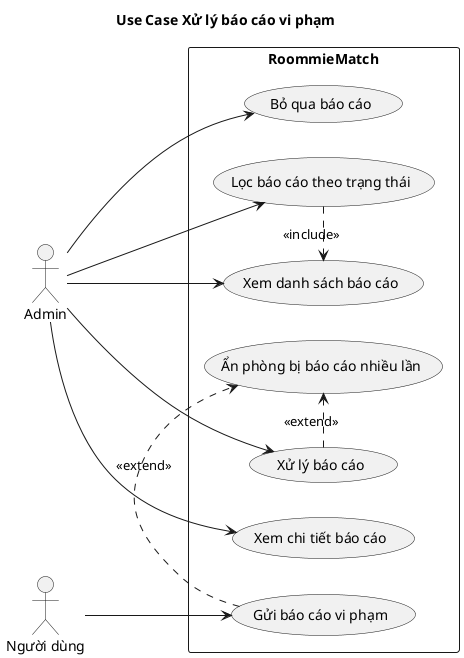
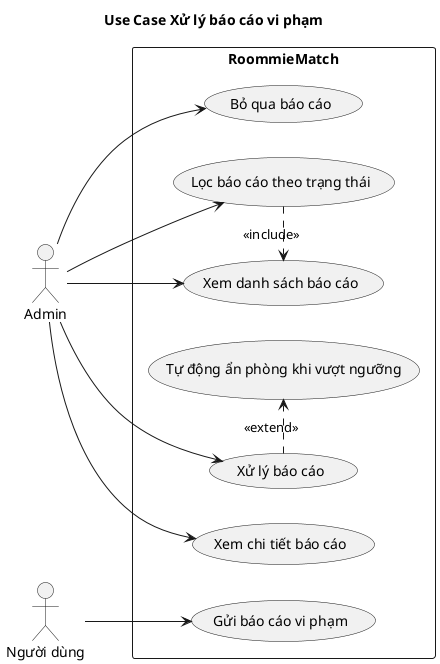
@startuml
title Use Case Xử lý báo cáo vi phạm

left to right direction
skinparam shadowing false
actor "Admin" as Admin
actor "Người dùng" as User

rectangle "RoommieMatch" {
  usecase "Gửi báo cáo vi phạm" as CreateReport
  usecase "Xem danh sách báo cáo" as ViewReports
  usecase "Lọc báo cáo theo trạng thái" as FilterReports
  usecase "Xem chi tiết báo cáo" as ViewReportDetail
  usecase "Xử lý báo cáo" as ResolveReport
  usecase "Bỏ qua báo cáo" as DismissReport
-   usecase "Ẩn phòng bị báo cáo nhiều lần" as AutoHideRoom
+   usecase "Tự động ẩn phòng khi vượt ngưỡng" as AutoHideRoom
}

User --> CreateReport
Admin --> ViewReports
Admin --> FilterReports
Admin --> ViewReportDetail
Admin --> ResolveReport
Admin --> DismissReport

- CreateReport .> AutoHideRoom : <<extend>>
FilterReports .> ViewReports : <<include>>
ResolveReport .> AutoHideRoom : <<extend>>

@enduml
